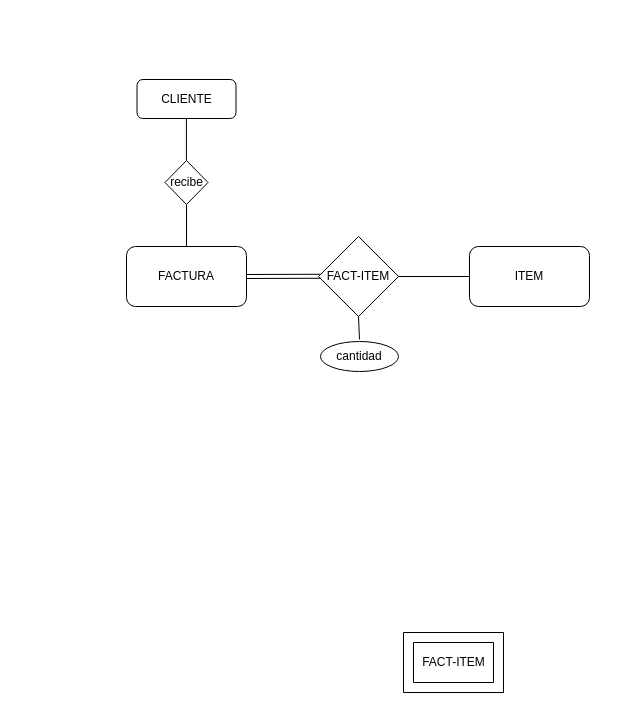
tromenArarat/Curso-DBA keeps this draw.io diagram as MER FAI.drawio. Above is the earlier version. Source tidied: cells renumbered, new cells numbered last; positions are measured from the earlier drawing's top-left corner, leaving out a move shared by most shapes. Both pictures are drawn from the tidied source at 100%, with x=0, y=0 at pixel (126, 79).
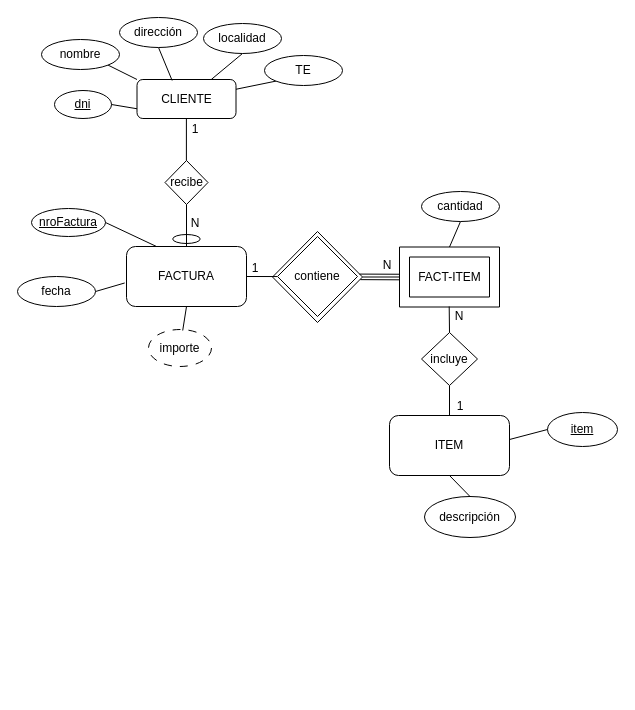
After the change.

Unchanged cells that the change refers to:
```xml
<mxCell id="2" value="FACTURA" style="rounded=1;whiteSpace=wrap;html=1;" parent="1" vertex="1">
  <mxGeometry y="167" width="120" height="60" as="geometry" />
</mxCell>
<mxCell id="3" value="CLIENTE" style="rounded=1;whiteSpace=wrap;html=1;" parent="1" vertex="1">
  <mxGeometry x="10.5" width="99" height="39" as="geometry" />
</mxCell>
<mxCell id="7" style="verticalLabelPosition=bottom;verticalAlign=top;html=1;shape=mxgraph.basic.frame;dx=10;whiteSpace=wrap;" parent="6" vertex="1">
  <mxGeometry width="100" height="60" as="geometry" />
</mxCell>
```

What changed in the source:
```diff
@@
+    <mxCell id="16" style="ellipse;whiteSpace=wrap;html=1;" parent="1" vertex="1">
+      <mxGeometry x="46.2" y="155" width="27.5" height="9" as="geometry" />
+    </mxCell>
+    <mxCell id="17" style="rhombus;whiteSpace=wrap;html=1;fontColor=light-dark(#000000,#FFFFFF);strokeColor=light-dark(#000000,#FFFFFF);" parent="1" vertex="1">
+      <mxGeometry x="146" y="152" width="90" height="91" as="geometry" />
+    </mxCell>
@@
-    <mxCell id="4" value="FACT-ITEM" style="rhombus;whiteSpace=wrap;html=1;" parent="1" vertex="1">
-      <mxGeometry x="192" y="157" width="80" height="80" as="geometry" />
+    <mxCell id="4" value="contiene" style="rhombus;whiteSpace=wrap;html=1;strokeColor=light-dark(#000000,#FFFFFF);fontColor=light-dark(#000000,#FFFFFF);fillColor=default;" parent="1" vertex="1">
+      <mxGeometry x="151" y="157" width="80" height="80" as="geometry" />
     </mxCell>
     <mxCell id="5" value="ITEM" style="rounded=1;whiteSpace=wrap;html=1;" parent="1" vertex="1">
-      <mxGeometry x="343" y="167" width="120" height="60" as="geometry" />
+      <mxGeometry x="263" y="336" width="120" height="60" as="geometry" />
     </mxCell>
     <mxCell id="6" style="group;" parent="1" vertex="1">
-      <mxGeometry x="277" y="553" width="100" height="60" as="geometry" />
+      <mxGeometry x="273" y="167.5" width="100" height="60" as="geometry" />
     </mxCell>
@@
-    <mxCell id="9" style="rounded=0;jettySize=auto;html=1;exitX=0.027;exitY=0.497;exitDx=0;exitDy=0;entryX=1;entryY=0.5;entryDx=0;entryDy=0;shape=link;exitPerimeter=0;" parent="1" edge="1" source="4" target="2">
-      <mxGeometry relative="1" as="geometry" />
-    </mxCell>
-    <mxCell id="10" style="endArrow=none;html=1;rounded=0;entryX=0;entryY=0.5;entryDx=0;entryDy=0;exitX=1;exitY=0.5;exitDx=0;exitDy=0;" parent="1" edge="1" source="4" target="5">
-      <mxGeometry relative="1" as="geometry" />
+    <mxCell id="10" style="endArrow=none;html=1;rounded=0;" parent="1" edge="1">
+      <mxGeometry relative="1" as="geometry">
+        <mxPoint x="323" y="306" as="sourcePoint" />
+        <mxPoint x="323" y="336" as="targetPoint" />
+      </mxGeometry>
     </mxCell>
-    <mxCell id="11" style="endArrow=none;html=1;rounded=0;entryX=0.5;entryY=1;entryDx=0;entryDy=0;" parent="1" edge="1" target="4">
-      <mxGeometry relative="1" as="geometry">
-        <mxPoint x="233" y="260" as="sourcePoint" />
-      </mxGeometry>
+    <mxCell id="11" style="endArrow=none;html=1;rounded=0;entryX=0.5;entryY=1;entryDx=0;entryDy=0;exitX=0.5;exitY=0;exitDx=0;exitDy=0;exitPerimeter=0;" parent="1" edge="1" source="7" target="12">
+      <mxGeometry relative="1" as="geometry" />
     </mxCell>
     <mxCell id="12" value="cantidad" style="ellipse;whiteSpace=wrap;html=1;" parent="1" vertex="1">
-      <mxGeometry x="194" y="262" width="78" height="30" as="geometry" />
+      <mxGeometry x="295" y="112" width="78" height="30" as="geometry" />
     </mxCell>
-    <mxCell id="13" value="recibe" style="rhombus;whiteSpace=wrap;html=1;" parent="1" vertex="1">
+    <mxCell id="13" value="recibe" style="rhombus;whiteSpace=wrap;html=1;strokeColor=light-dark(#000000,#FFFFFF);fontColor=light-dark(#000000,#FFFFFF);fillColor=default;" parent="1" vertex="1">
       <mxGeometry x="38.5" y="81" width="43" height="44" as="geometry" />
     </mxCell>
@@
+    <mxCell id="18" style="endArrow=none;html=1;rounded=0;entryX=1;entryY=0.5;entryDx=0;entryDy=0;exitX=0.05;exitY=0.495;exitDx=0;exitDy=0;exitPerimeter=0;" parent="1" edge="1" source="17" target="2">
+      <mxGeometry relative="1" as="geometry" />
+    </mxCell>
+    <mxCell id="19" style="endArrow=none;html=1;rounded=0;exitX=0.966;exitY=0.468;exitDx=0;exitDy=0;exitPerimeter=0;entryX=-0.004;entryY=0.454;entryDx=0;entryDy=0;entryPerimeter=0;" parent="1" edge="1" source="17" target="7">
+      <mxGeometry relative="1" as="geometry" />
+    </mxCell>
+    <mxCell id="20" style="endArrow=none;html=1;rounded=0;exitX=1;exitY=0.5;exitDx=0;exitDy=0;entryX=0;entryY=0.5;entryDx=0;entryDy=0;entryPerimeter=0;" parent="1" edge="1" source="17" target="7">
+      <mxGeometry relative="1" as="geometry" />
+    </mxCell>
+    <mxCell id="21" style="endArrow=none;html=1;rounded=0;exitX=0.976;exitY=0.529;exitDx=0;exitDy=0;exitPerimeter=0;entryX=0.001;entryY=0.547;entryDx=0;entryDy=0;entryPerimeter=0;" parent="1" edge="1" source="17" target="7">
+      <mxGeometry relative="1" as="geometry" />
+    </mxCell>
+    <mxCell id="22" value="incluye" style="rhombus;whiteSpace=wrap;html=1;strokeColor=light-dark(#000000,#FFFFFF);fontColor=light-dark(#000000,#FFFFFF);fillColor=default;" parent="1" vertex="1">
+      <mxGeometry x="295" y="253" width="56" height="53" as="geometry" />
+    </mxCell>
+    <mxCell id="23" style="endArrow=none;html=1;rounded=0;entryX=0.5;entryY=0;entryDx=0;entryDy=0;" parent="1" edge="1" target="22">
+      <mxGeometry relative="1" as="geometry">
+        <mxPoint x="322.7" y="227" as="sourcePoint" />
+      </mxGeometry>
+    </mxCell>
+    <mxCell id="24" style="endArrow=none;html=1;rounded=0;entryX=0.5;entryY=1;entryDx=0;entryDy=0;exitX=0.75;exitY=0;exitDx=0;exitDy=0;" parent="1" edge="1" source="3" target="25">
+      <mxGeometry relative="1" as="geometry" />
+    </mxCell>
+    <mxCell id="25" value="localidad" style="ellipse;whiteSpace=wrap;html=1;" parent="1" vertex="1">
+      <mxGeometry x="77" y="-56" width="78" height="30" as="geometry" />
+    </mxCell>
+    <mxCell id="26" style="endArrow=none;html=1;rounded=0;entryX=0.5;entryY=1;entryDx=0;entryDy=0;exitX=0.355;exitY=0.026;exitDx=0;exitDy=0;exitPerimeter=0;" parent="1" edge="1" source="3" target="27">
+      <mxGeometry relative="1" as="geometry" />
+    </mxCell>
+    <mxCell id="27" value="dirección" style="ellipse;whiteSpace=wrap;html=1;" parent="1" vertex="1">
+      <mxGeometry x="-7" y="-62" width="78" height="30" as="geometry" />
+    </mxCell>
+    <mxCell id="28" style="endArrow=none;html=1;rounded=0;exitX=1;exitY=0.25;exitDx=0;exitDy=0;entryX=0;entryY=1;entryDx=0;entryDy=0;" parent="1" edge="1" source="3" target="29">
+      <mxGeometry relative="1" as="geometry" />
+    </mxCell>
+    <mxCell id="29" value="TE" style="ellipse;whiteSpace=wrap;html=1;" parent="1" vertex="1">
+      <mxGeometry x="138" y="-24" width="78" height="30" as="geometry" />
+    </mxCell>
+    <mxCell id="30" value="nombre" style="ellipse;whiteSpace=wrap;html=1;" parent="1" vertex="1">
+      <mxGeometry x="-85" y="-40" width="78" height="30" as="geometry" />
+    </mxCell>
+    <mxCell id="31" style="endArrow=none;html=1;rounded=0;entryX=1;entryY=1;entryDx=0;entryDy=0;exitX=0;exitY=0;exitDx=0;exitDy=0;" parent="1" edge="1" source="3" target="30">
+      <mxGeometry relative="1" as="geometry" />
+    </mxCell>
+    <mxCell id="32" value="&lt;u&gt;dni&lt;/u&gt;" style="ellipse;whiteSpace=wrap;html=1;" parent="1" vertex="1">
+      <mxGeometry x="-72" y="11" width="57" height="28" as="geometry" />
+    </mxCell>
+    <mxCell id="33" style="endArrow=none;html=1;rounded=0;entryX=0;entryY=0.75;entryDx=0;entryDy=0;exitX=1;exitY=0.5;exitDx=0;exitDy=0;" parent="1" edge="1" source="32" target="3">
+      <mxGeometry relative="1" as="geometry" />
+    </mxCell>
+    <mxCell id="34" value="&lt;u&gt;nroFactura&lt;/u&gt;" style="ellipse;whiteSpace=wrap;html=1;" parent="1" vertex="1">
+      <mxGeometry x="-95" y="129" width="74" height="28" as="geometry" />
+    </mxCell>
+    <mxCell id="35" style="endArrow=none;html=1;rounded=0;entryX=1;entryY=0.5;entryDx=0;entryDy=0;exitX=0.25;exitY=0;exitDx=0;exitDy=0;" parent="1" edge="1" source="2" target="34">
+      <mxGeometry relative="1" as="geometry" />
+    </mxCell>
+    <mxCell id="36" value="fecha" style="ellipse;whiteSpace=wrap;html=1;" parent="1" vertex="1">
+      <mxGeometry x="-109" y="197" width="78" height="30" as="geometry" />
+    </mxCell>
+    <mxCell id="37" style="endArrow=none;html=1;rounded=0;exitX=1;exitY=0.5;exitDx=0;exitDy=0;entryX=-0.015;entryY=0.608;entryDx=0;entryDy=0;entryPerimeter=0;" parent="1" edge="1" source="36" target="2">
+      <mxGeometry relative="1" as="geometry" />
+    </mxCell>
+    <mxCell id="38" value="importe" style="ellipse;whiteSpace=wrap;html=1;dashed=1;dashPattern=8 8;" parent="1" vertex="1">
+      <mxGeometry x="22" y="250" width="63" height="37" as="geometry" />
+    </mxCell>
+    <mxCell id="39" style="endArrow=none;html=1;rounded=0;entryX=0.5;entryY=1;entryDx=0;entryDy=0;exitX=0.543;exitY=0.027;exitDx=0;exitDy=0;exitPerimeter=0;" parent="1" edge="1" source="38" target="2">
+      <mxGeometry relative="1" as="geometry" />
+    </mxCell>
+    <mxCell id="40" value="&lt;u&gt;item&lt;/u&gt;" style="ellipse;whiteSpace=wrap;html=1;" parent="1" vertex="1">
+      <mxGeometry x="421" y="333" width="70" height="34" as="geometry" />
+    </mxCell>
+    <mxCell id="41" style="endArrow=none;html=1;rounded=0;entryX=0;entryY=0.5;entryDx=0;entryDy=0;exitX=1;exitY=0.4;exitDx=0;exitDy=0;exitPerimeter=0;" parent="1" edge="1" source="5" target="40">
+      <mxGeometry relative="1" as="geometry" />
+    </mxCell>
+    <mxCell id="42" value="descripción" style="ellipse;whiteSpace=wrap;html=1;" parent="1" vertex="1">
+      <mxGeometry x="298" y="417" width="91" height="41" as="geometry" />
+    </mxCell>
+    <mxCell id="43" style="endArrow=none;html=1;rounded=0;entryX=0.5;entryY=1;entryDx=0;entryDy=0;exitX=0.5;exitY=0;exitDx=0;exitDy=0;" parent="1" edge="1" source="42" target="5">
+      <mxGeometry relative="1" as="geometry" />
+    </mxCell>
+    <mxCell id="44" value="1" style="text;html=1;align=center;verticalAlign=middle;whiteSpace=wrap;rounded=0;" parent="1" vertex="1">
+      <mxGeometry x="39" y="35" width="60" height="30" as="geometry" />
+    </mxCell>
+    <mxCell id="45" value="N" style="text;html=1;align=center;verticalAlign=middle;whiteSpace=wrap;rounded=0;" parent="1" vertex="1">
+      <mxGeometry x="38.5" y="129" width="60" height="30" as="geometry" />
+    </mxCell>
+    <mxCell id="46" value="1" style="text;html=1;align=center;verticalAlign=middle;whiteSpace=wrap;rounded=0;" parent="1" vertex="1">
+      <mxGeometry x="99" y="174" width="60" height="30" as="geometry" />
+    </mxCell>
+    <mxCell id="47" value="N" style="text;html=1;align=center;verticalAlign=middle;whiteSpace=wrap;rounded=0;" parent="1" vertex="1">
+      <mxGeometry x="231" y="171" width="60" height="30" as="geometry" />
+    </mxCell>
+    <mxCell id="48" value="N" style="text;html=1;align=center;verticalAlign=middle;whiteSpace=wrap;rounded=0;" parent="1" vertex="1">
+      <mxGeometry x="303" y="222" width="60" height="30" as="geometry" />
+    </mxCell>
+    <mxCell id="49" value="1" style="text;html=1;align=center;verticalAlign=middle;whiteSpace=wrap;rounded=0;" parent="1" vertex="1">
+      <mxGeometry x="304" y="312" width="60" height="30" as="geometry" />
+    </mxCell>
```
